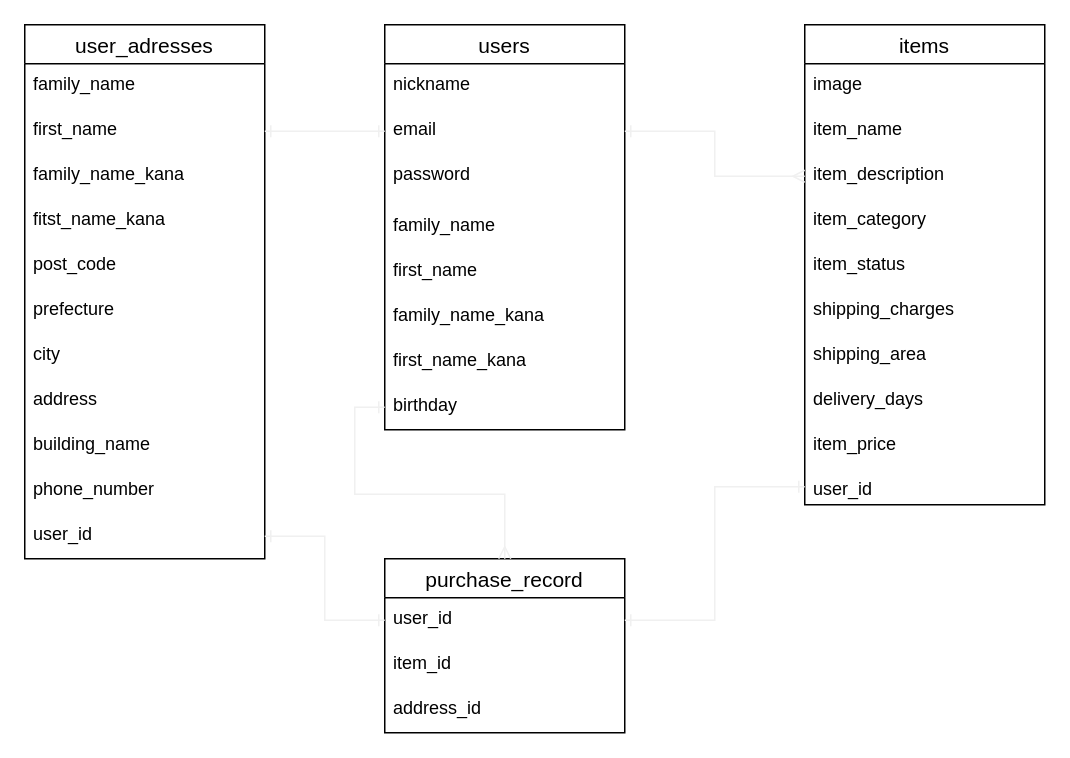
Above: test.dio in karasawa-toshiya/furima-32324 (draw.io), before the change. Source tidied: cells renumbered, new cells numbered last; positions are measured from the earlier drawing's top-left corner, leaving out a move shared by most shapes. Both pictures are drawn from the tidied source at 150%, with x=0, y=0 at pixel (24, 24).
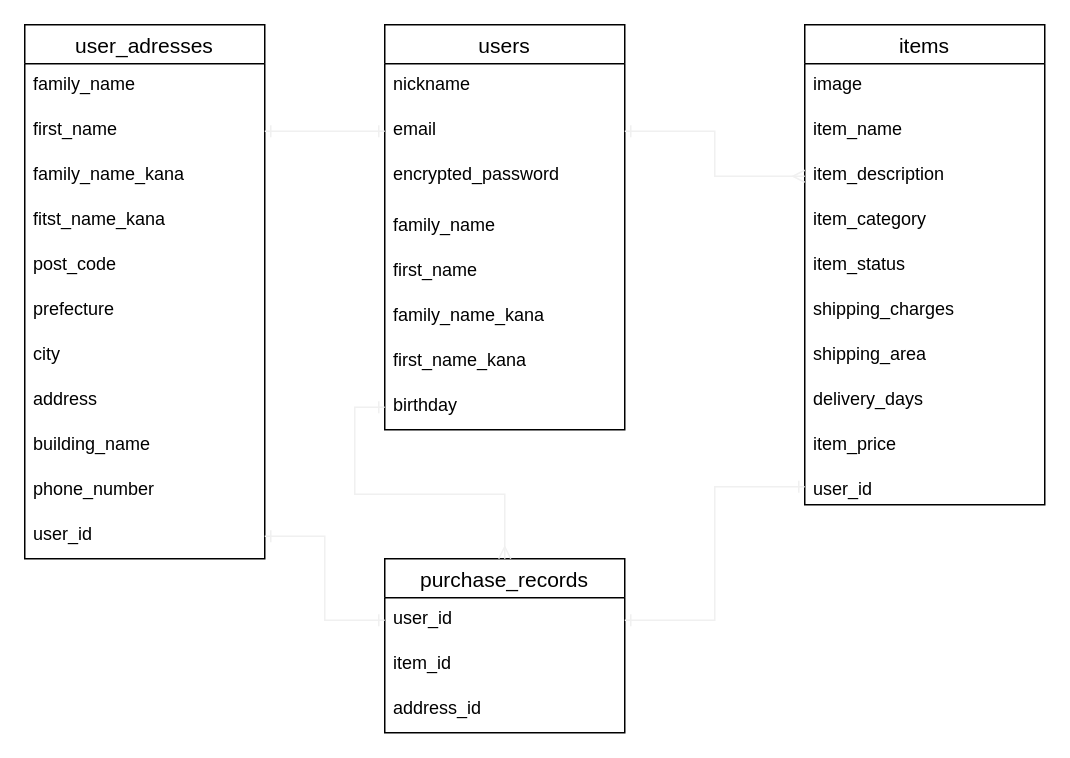
The same page after the edit.

Commit message (it also covers changes not shown here):
READMEにてデータベース設計修正

Unchanged cells that the change refers to:
```xml
<mxCell id="2" value="users" style="swimlane;fontStyle=0;horizontal=1;startSize=26;align=center;fontSize=14;verticalAlign=middle;" parent="1" vertex="1">
  <mxGeometry x="240" width="160" height="270" as="geometry" />
</mxCell>
```

Diff of the diagram source:
```diff
@@
-    <mxCell id="5" value="password" style="text;strokeColor=none;fillColor=none;spacingLeft=4;spacingRight=4;overflow=hidden;fontSize=12;" parent="2" vertex="1">
+    <mxCell id="5" value="encrypted_password" style="text;strokeColor=none;fillColor=none;spacingLeft=4;spacingRight=4;overflow=hidden;fontSize=12;" parent="2" vertex="1">
       <mxGeometry y="86" width="160" height="34" as="geometry" />
     </mxCell>
@@
-    <mxCell id="35" value="purchase_record" style="swimlane;fontStyle=0;horizontal=1;startSize=26;align=center;fontSize=14;" parent="1" vertex="1">
+    <mxCell id="35" value="purchase_records" style="swimlane;fontStyle=0;horizontal=1;startSize=26;align=center;fontSize=14;" parent="1" vertex="1">
       <mxGeometry x="240" y="356" width="160" height="116" as="geometry" />
     </mxCell>
```
